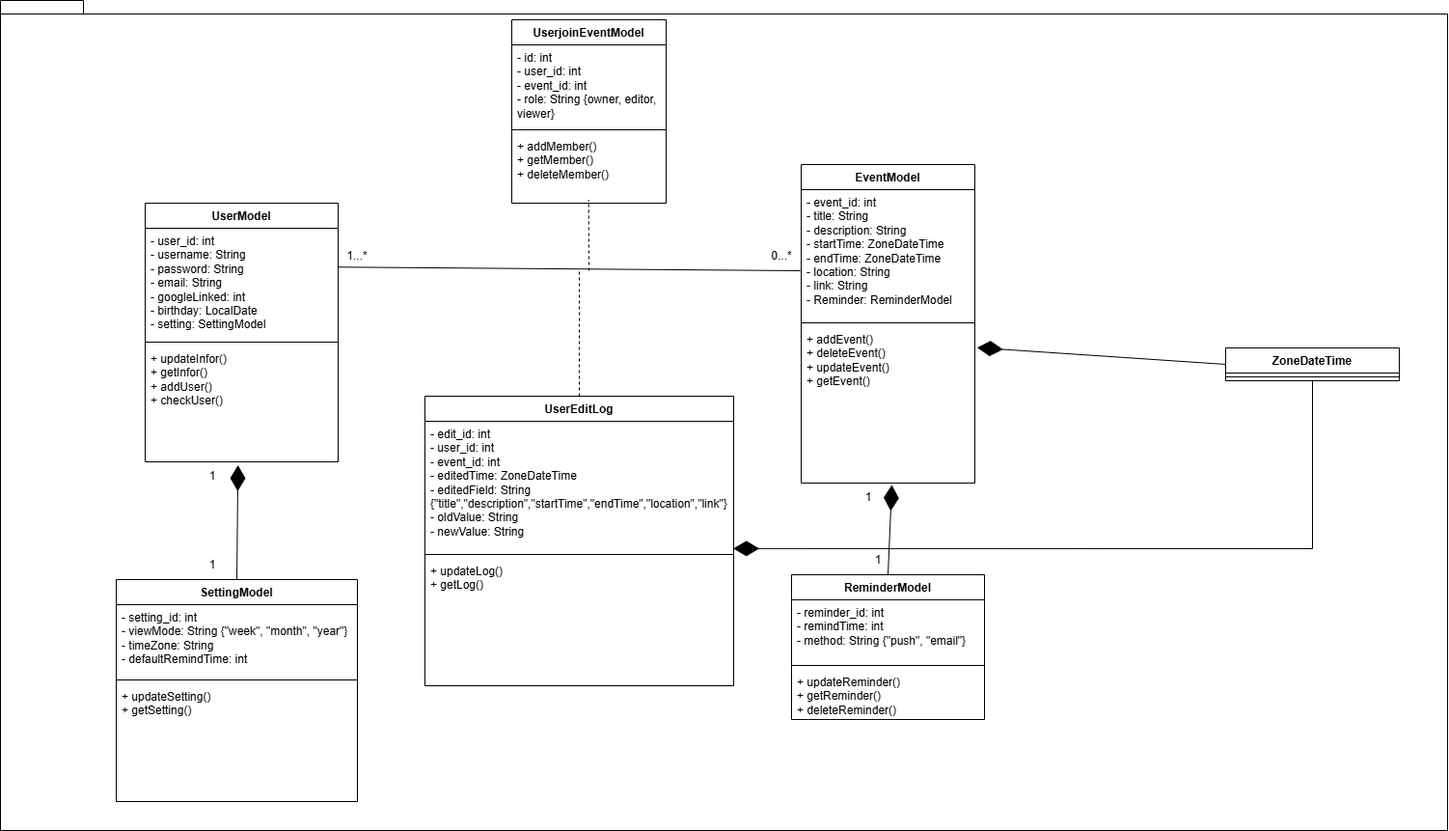
Above: Class diagram/Model/model.drawio.png in brown2004/PTTKHT-project (draw.io), before the change. Source tidied: cells renumbered, new cells last; positions are measured from the earlier drawing's top-left corner, leaving out a move shared by most shapes.
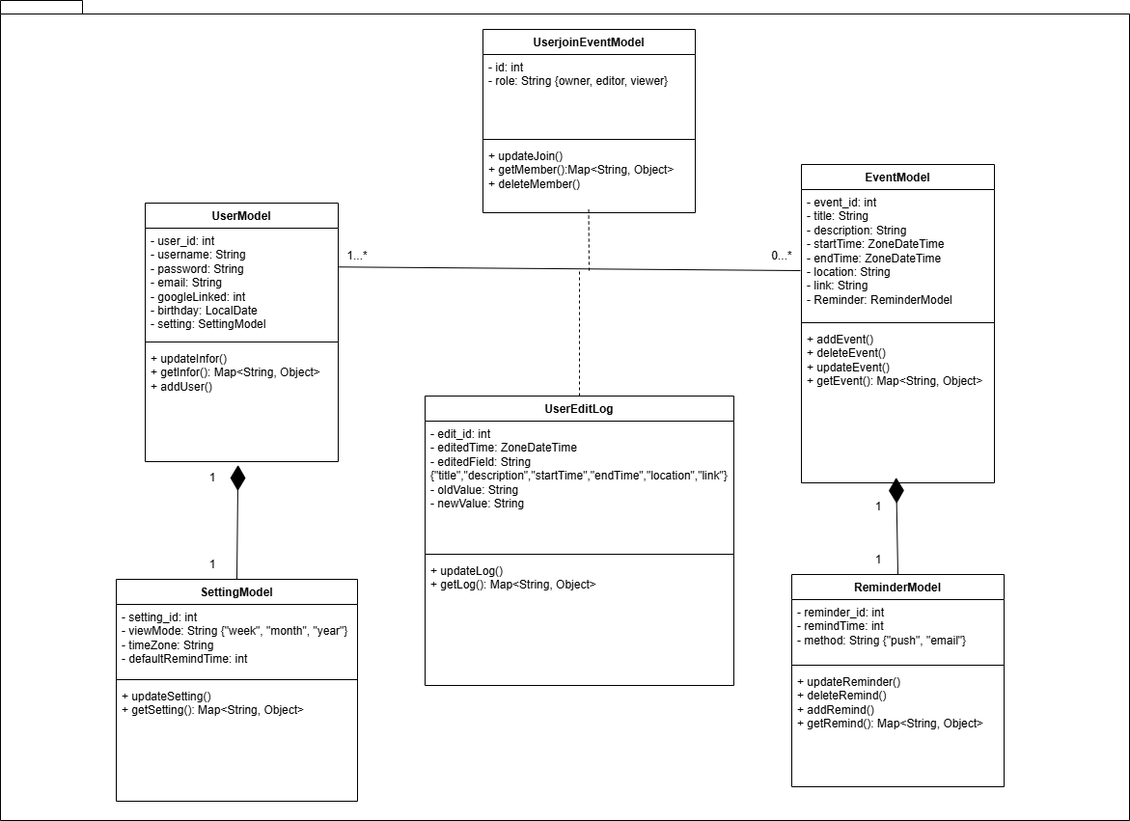
Later version of the same file.

The edit, as a diff of the source:
```diff
@@ -3,7 +3,7 @@
     <mxCell id="0" />
     <mxCell id="1" parent="0" />
     <mxCell id="2" style="shape=folder;fontStyle=1;spacingTop=10;tabWidth=40;tabHeight=14;tabPosition=left;html=1;whiteSpace=wrap;" parent="1" vertex="1">
-      <mxGeometry width="1500" height="860" as="geometry" />
+      <mxGeometry width="1170" height="850" as="geometry" />
     </mxCell>
     <mxCell id="3" value="UserModel" style="swimlane;fontStyle=1;align=center;verticalAlign=top;horizontal=1;startSize=26;whiteSpace=wrap;html=1;" parent="1" vertex="1">
       <mxGeometry x="150" y="210" width="200" height="268" as="geometry" />
@@ -14,7 +14,7 @@
     <mxCell id="5" style="line;strokeWidth=1;fillColor=none;align=left;verticalAlign=middle;spacingTop=-1;spacingLeft=3;spacingRight=3;labelPosition=right;strokeColor=inherit;" parent="3" vertex="1">
       <mxGeometry y="140" width="200" height="8" as="geometry" />
     </mxCell>
-    <mxCell id="6" value="+ updateInfor()&lt;div&gt;+ getInfor()&lt;/div&gt;&lt;div&gt;+ addUser()&lt;/div&gt;&lt;div&gt;+ checkUser()&lt;/div&gt;&lt;div&gt;&lt;br&gt;&lt;div&gt;&lt;br&gt;&lt;/div&gt;&lt;div&gt;&lt;br&gt;&lt;/div&gt;&lt;div&gt;&lt;br&gt;&lt;/div&gt;&lt;/div&gt;" style="text;strokeColor=none;fillColor=none;align=left;verticalAlign=top;spacingLeft=4;spacingRight=4;overflow=hidden;points=[[0,0.5],[1,0.5]];portConstraint=eastwest;whiteSpace=wrap;html=1;" parent="3" vertex="1">
+    <mxCell id="6" value="+ updateInfor()&lt;div&gt;+ getInfor(): Map&amp;lt;String, Object&amp;gt;&lt;/div&gt;&lt;div&gt;+ addUser()&lt;/div&gt;&lt;div&gt;&lt;br&gt;&lt;div&gt;&lt;br&gt;&lt;/div&gt;&lt;div&gt;&lt;br&gt;&lt;/div&gt;&lt;div&gt;&lt;br&gt;&lt;/div&gt;&lt;/div&gt;" style="text;strokeColor=none;fillColor=none;align=left;verticalAlign=top;spacingLeft=4;spacingRight=4;overflow=hidden;points=[[0,0.5],[1,0.5]];portConstraint=eastwest;whiteSpace=wrap;html=1;" parent="3" vertex="1">
       <mxGeometry y="148" width="200" height="120" as="geometry" />
     </mxCell>
     <mxCell id="7" value="SettingModel" style="swimlane;fontStyle=1;align=center;verticalAlign=top;horizontal=1;startSize=26;whiteSpace=wrap;html=1;" parent="1" vertex="1">
@@ -26,67 +26,67 @@
     <mxCell id="9" style="line;strokeWidth=1;fillColor=none;align=left;verticalAlign=middle;spacingTop=-1;spacingLeft=3;spacingRight=3;labelPosition=right;strokeColor=inherit;" parent="7" vertex="1">
       <mxGeometry y="100" width="250" height="8" as="geometry" />
     </mxCell>
-    <mxCell id="10" value="+ updateSetting()&lt;div&gt;+ getSetting()&lt;/div&gt;" style="text;strokeColor=none;fillColor=none;align=left;verticalAlign=top;spacingLeft=4;spacingRight=4;overflow=hidden;whiteSpace=wrap;html=1;" parent="7" vertex="1">
+    <mxCell id="10" value="+ updateSetting()&lt;div&gt;+ getSetting():&amp;nbsp;&lt;span style=&quot;background-color: transparent; color: light-dark(rgb(0, 0, 0), rgb(255, 255, 255));&quot;&gt;Map&amp;lt;String, Object&amp;gt;&lt;/span&gt;&lt;/div&gt;&lt;div&gt;&lt;br&gt;&lt;/div&gt;" style="text;strokeColor=none;fillColor=none;align=left;verticalAlign=top;spacingLeft=4;spacingRight=4;overflow=hidden;whiteSpace=wrap;html=1;" parent="7" vertex="1">
       <mxGeometry y="108" width="250" height="122" as="geometry" />
     </mxCell>
     <mxCell id="11" value="EventModel" style="swimlane;fontStyle=1;align=center;verticalAlign=top;horizontal=1;startSize=26;whiteSpace=wrap;html=1;" parent="1" vertex="1">
-      <mxGeometry x="830" y="170" width="180" height="330" as="geometry" />
+      <mxGeometry x="830" y="170" width="200" height="330" as="geometry" />
     </mxCell>
     <mxCell id="12" value="- event_id: int&lt;div&gt;- title: String&lt;/div&gt;&lt;div&gt;- description: String&lt;/div&gt;&lt;div&gt;- startTime: ZoneDateTime&lt;/div&gt;&lt;div&gt;- endTime: ZoneDateTime&lt;/div&gt;&lt;div&gt;- location: String&lt;/div&gt;&lt;div&gt;- link: String&lt;/div&gt;&lt;div&gt;- Reminder: ReminderModel&lt;/div&gt;" style="text;strokeColor=none;fillColor=none;align=left;verticalAlign=top;spacingLeft=4;spacingRight=4;overflow=hidden;whiteSpace=wrap;html=1;" parent="11" vertex="1">
-      <mxGeometry y="26" width="180" height="134" as="geometry" />
+      <mxGeometry y="26" width="200" height="134" as="geometry" />
     </mxCell>
     <mxCell id="13" style="line;strokeWidth=1;fillColor=none;align=left;verticalAlign=middle;spacingTop=-1;spacingLeft=3;spacingRight=3;labelPosition=right;strokeColor=inherit;" parent="11" vertex="1">
-      <mxGeometry y="160" width="180" height="8" as="geometry" />
+      <mxGeometry y="160" width="200" height="8" as="geometry" />
     </mxCell>
-    <mxCell id="14" value="&lt;div&gt;+ addEvent()&lt;/div&gt;&lt;div&gt;+ deleteEvent()&lt;/div&gt;&lt;div&gt;+ updateEvent()&lt;/div&gt;&lt;div&gt;+ getEvent()&lt;/div&gt;" style="text;strokeColor=none;fillColor=none;align=left;verticalAlign=top;spacingLeft=4;spacingRight=4;overflow=hidden;points=[[0,0.5],[1,0.5]];portConstraint=eastwest;whiteSpace=wrap;html=1;" parent="11" vertex="1">
-      <mxGeometry y="168" width="180" height="162" as="geometry" />
+    <mxCell id="14" value="&lt;div&gt;+ addEvent()&lt;/div&gt;&lt;div&gt;+ deleteEvent()&lt;/div&gt;&lt;div&gt;+ updateEvent()&lt;/div&gt;&lt;div&gt;+ getEvent():&amp;nbsp;&lt;span style=&quot;background-color: transparent; color: light-dark(rgb(0, 0, 0), rgb(255, 255, 255));&quot;&gt;Map&amp;lt;String, Object&amp;gt;&lt;/span&gt;&lt;/div&gt;" style="text;strokeColor=none;fillColor=none;align=left;verticalAlign=top;spacingLeft=4;spacingRight=4;overflow=hidden;points=[[0,0.5],[1,0.5]];portConstraint=eastwest;whiteSpace=wrap;html=1;" parent="11" vertex="1">
+      <mxGeometry y="168" width="200" height="162" as="geometry" />
     </mxCell>
     <mxCell id="15" value="ReminderModel" style="swimlane;fontStyle=1;align=center;verticalAlign=top;horizontal=1;startSize=26;whiteSpace=wrap;html=1;" parent="1" vertex="1">
-      <mxGeometry x="820" y="595" width="200" height="150" as="geometry" />
+      <mxGeometry x="820" y="595" width="220" height="220" as="geometry" />
     </mxCell>
-    <mxCell id="16" value="- reminder_id: int&lt;div&gt;- remindTime: int&lt;/div&gt;&lt;div&gt;- method: String {&quot;push&quot;, &quot;email&quot;}&lt;/div&gt;&lt;div&gt;&lt;br&gt;&lt;/div&gt;" style="text;strokeColor=none;fillColor=none;align=left;verticalAlign=top;spacingLeft=4;spacingRight=4;overflow=hidden;whiteSpace=wrap;html=1;" parent="15" vertex="1">
-      <mxGeometry y="26" width="200" height="64" as="geometry" />
+    <mxCell id="16" value="- reminder_id: int&lt;div&gt;- remindTime: int&lt;/div&gt;&lt;div&gt;- method: String {&quot;push&quot;, &quot;email&quot;}&lt;/div&gt;&lt;div&gt;&lt;br&gt;&lt;/div&gt;&lt;div&gt;&lt;br&gt;&lt;/div&gt;" style="text;strokeColor=none;fillColor=none;align=left;verticalAlign=top;spacingLeft=4;spacingRight=4;overflow=hidden;whiteSpace=wrap;html=1;" parent="15" vertex="1">
+      <mxGeometry y="26" width="220" height="64" as="geometry" />
     </mxCell>
     <mxCell id="17" style="line;strokeWidth=1;fillColor=none;align=left;verticalAlign=middle;spacingTop=-1;spacingLeft=3;spacingRight=3;labelPosition=right;strokeColor=inherit;" parent="15" vertex="1">
-      <mxGeometry y="90" width="200" height="8" as="geometry" />
+      <mxGeometry y="90" width="220" height="8" as="geometry" />
     </mxCell>
-    <mxCell id="18" value="+ updateReminder()&lt;div&gt;+ getReminder()&lt;/div&gt;&lt;div&gt;+ deleteReminder()&lt;/div&gt;" style="text;strokeColor=none;fillColor=none;align=left;verticalAlign=top;spacingLeft=4;spacingRight=4;overflow=hidden;whiteSpace=wrap;html=1;" parent="15" vertex="1">
-      <mxGeometry y="98" width="200" height="52" as="geometry" />
+    <mxCell id="18" value="+ updateReminder()&lt;div&gt;+ deleteRemind()&lt;/div&gt;&lt;div&gt;+ addRemind()&lt;/div&gt;&lt;div&gt;+ getRemind():&amp;nbsp;&lt;span style=&quot;background-color: transparent; color: light-dark(rgb(0, 0, 0), rgb(255, 255, 255));&quot;&gt;Map&amp;lt;String, Object&amp;gt;&lt;/span&gt;&lt;/div&gt;" style="text;strokeColor=none;fillColor=none;align=left;verticalAlign=top;spacingLeft=4;spacingRight=4;overflow=hidden;whiteSpace=wrap;html=1;" parent="15" vertex="1">
+      <mxGeometry y="98" width="220" height="122" as="geometry" />
     </mxCell>
     <mxCell id="19" value="UserjoinEventModel" style="swimlane;fontStyle=1;align=center;verticalAlign=top;horizontal=1;startSize=26;whiteSpace=wrap;html=1;" parent="1" vertex="1">
-      <mxGeometry x="530" y="20" width="160" height="190" as="geometry" />
+      <mxGeometry x="500" y="30" width="220" height="190" as="geometry" />
     </mxCell>
-    <mxCell id="20" value="&lt;div&gt;- id: int&lt;/div&gt;&lt;div&gt;- user_id: int&lt;/div&gt;&lt;div&gt;- event_id: int&lt;/div&gt;&lt;div&gt;- role: String {owner, editor, viewer}&lt;/div&gt;" style="text;strokeColor=none;fillColor=none;align=left;verticalAlign=top;spacingLeft=4;spacingRight=4;overflow=hidden;whiteSpace=wrap;html=1;" parent="19" vertex="1">
-      <mxGeometry y="26" width="160" height="84" as="geometry" />
+    <mxCell id="20" value="&lt;div&gt;- id: int&lt;/div&gt;&lt;div&gt;- role: String {owner, editor, viewer}&lt;/div&gt;" style="text;strokeColor=none;fillColor=none;align=left;verticalAlign=top;spacingLeft=4;spacingRight=4;overflow=hidden;whiteSpace=wrap;html=1;" parent="19" vertex="1">
+      <mxGeometry y="26" width="220" height="84" as="geometry" />
     </mxCell>
     <mxCell id="21" style="line;strokeWidth=1;fillColor=none;align=left;verticalAlign=middle;spacingTop=-1;spacingLeft=3;spacingRight=3;labelPosition=right;strokeColor=inherit;" parent="19" vertex="1">
-      <mxGeometry y="110" width="160" height="8" as="geometry" />
+      <mxGeometry y="110" width="220" height="8" as="geometry" />
     </mxCell>
-    <mxCell id="22" value="+ addMember()&lt;div&gt;+ getMember()&lt;/div&gt;&lt;div&gt;+ deleteMember()&lt;/div&gt;&lt;div&gt;&lt;br&gt;&lt;/div&gt;" style="text;strokeColor=none;fillColor=none;align=left;verticalAlign=top;spacingLeft=4;spacingRight=4;overflow=hidden;points=[[0,0.5],[1,0.5]];portConstraint=eastwest;whiteSpace=wrap;html=1;" parent="19" vertex="1">
-      <mxGeometry y="118" width="160" height="72" as="geometry" />
+    <mxCell id="22" value="+ updateJoin()&lt;div&gt;+ getMember():&lt;span style=&quot;background-color: transparent; color: light-dark(rgb(0, 0, 0), rgb(255, 255, 255));&quot;&gt;Map&amp;lt;String, Object&amp;gt;&lt;/span&gt;&lt;/div&gt;&lt;div&gt;+ deleteMember()&lt;/div&gt;&lt;div&gt;&lt;br&gt;&lt;/div&gt;" style="text;strokeColor=none;fillColor=none;align=left;verticalAlign=top;spacingLeft=4;spacingRight=4;overflow=hidden;points=[[0,0.5],[1,0.5]];portConstraint=eastwest;whiteSpace=wrap;html=1;" parent="19" vertex="1">
+      <mxGeometry y="118" width="220" height="72" as="geometry" />
     </mxCell>
     <mxCell id="23" value="UserEditLog" style="swimlane;fontStyle=1;align=center;verticalAlign=top;horizontal=1;startSize=26;whiteSpace=wrap;html=1;" parent="1" vertex="1">
       <mxGeometry x="440" y="410" width="320" height="300" as="geometry" />
     </mxCell>
-    <mxCell id="24" value="&lt;div&gt;- edit_id: int&lt;/div&gt;&lt;div&gt;- user_id: int&lt;/div&gt;&lt;div&gt;- event_id: int&lt;/div&gt;&lt;div&gt;- editedTime: ZoneDateTime&lt;/div&gt;&lt;div&gt;- editedField: String {&quot;title&quot;,&quot;description&quot;,&quot;startTime&quot;,&quot;endTime&quot;,&quot;location&quot;,&quot;link&quot;}&lt;/div&gt;&lt;div&gt;- oldValue: String&lt;/div&gt;&lt;div&gt;- newValue: String&lt;/div&gt;" style="text;strokeColor=none;fillColor=none;align=left;verticalAlign=top;spacingLeft=4;spacingRight=4;overflow=hidden;points=[[0,0.5],[1,0.5]];portConstraint=eastwest;whiteSpace=wrap;html=1;" parent="23" vertex="1">
+    <mxCell id="24" value="&lt;div&gt;- edit_id: int&lt;/div&gt;&lt;div&gt;- editedTime: ZoneDateTime&lt;/div&gt;&lt;div&gt;- editedField: String {&quot;title&quot;,&quot;description&quot;,&quot;startTime&quot;,&quot;endTime&quot;,&quot;location&quot;,&quot;link&quot;}&lt;/div&gt;&lt;div&gt;- oldValue: String&lt;/div&gt;&lt;div&gt;- newValue: String&lt;/div&gt;" style="text;strokeColor=none;fillColor=none;align=left;verticalAlign=top;spacingLeft=4;spacingRight=4;overflow=hidden;points=[[0,0.5],[1,0.5]];portConstraint=eastwest;whiteSpace=wrap;html=1;" parent="23" vertex="1">
       <mxGeometry y="26" width="320" height="134" as="geometry" />
     </mxCell>
     <mxCell id="25" style="line;strokeWidth=1;fillColor=none;align=left;verticalAlign=middle;spacingTop=-1;spacingLeft=3;spacingRight=3;labelPosition=right;strokeColor=inherit;" parent="23" vertex="1">
       <mxGeometry y="160" width="320" height="8" as="geometry" />
     </mxCell>
-    <mxCell id="26" value="+ updateLog()&lt;div&gt;+ getLog()&lt;/div&gt;&lt;div&gt;&lt;br&gt;&lt;/div&gt;" style="text;strokeColor=none;fillColor=none;align=left;verticalAlign=top;spacingLeft=4;spacingRight=4;overflow=hidden;whiteSpace=wrap;html=1;" parent="23" vertex="1">
+    <mxCell id="26" value="+ updateLog()&lt;div&gt;+ getLog():&amp;nbsp;&lt;span style=&quot;background-color: transparent; color: light-dark(rgb(0, 0, 0), rgb(255, 255, 255));&quot;&gt;Map&amp;lt;String, Object&amp;gt;&lt;/span&gt;&lt;/div&gt;&lt;div&gt;&lt;br&gt;&lt;/div&gt;" style="text;strokeColor=none;fillColor=none;align=left;verticalAlign=top;spacingLeft=4;spacingRight=4;overflow=hidden;whiteSpace=wrap;html=1;" parent="23" vertex="1">
       <mxGeometry y="168" width="320" height="132" as="geometry" />
     </mxCell>
     <mxCell id="27" style="endArrow=diamondThin;endFill=1;endSize=24;html=1;rounded=0;exitX=0.5;exitY=0;exitDx=0;exitDy=0;entryX=0.481;entryY=1.029;entryDx=0;entryDy=0;entryPerimeter=0;" parent="1" edge="1" source="7" target="6">
       <mxGeometry relative="1" as="geometry" />
     </mxCell>
     <mxCell id="28" value="1" style="text;html=1;align=center;verticalAlign=middle;whiteSpace=wrap;rounded=0;" parent="1" vertex="1">
-      <mxGeometry x="190" y="478" width="60" height="30" as="geometry" />
+      <mxGeometry x="190" y="480" width="60" height="30" as="geometry" />
     </mxCell>
     <mxCell id="29" value="1" style="text;html=1;align=center;verticalAlign=middle;whiteSpace=wrap;rounded=0;" parent="1" vertex="1">
       <mxGeometry x="190" y="570" width="60" height="30" as="geometry" />
     </mxCell>
-    <mxCell id="30" style="endArrow=diamondThin;endFill=1;endSize=24;html=1;rounded=0;exitX=0.5;exitY=0;exitDx=0;exitDy=0;entryX=0.522;entryY=1.012;entryDx=0;entryDy=0;entryPerimeter=0;" parent="1" edge="1" source="15" target="14">
+    <mxCell id="30" style="endArrow=diamondThin;endFill=1;endSize=24;html=1;rounded=0;exitX=0.5;exitY=0;exitDx=0;exitDy=0;entryX=0.491;entryY=0.966;entryDx=0;entryDy=0;entryPerimeter=0;" parent="1" edge="1" source="15" target="14">
       <mxGeometry relative="1" as="geometry" />
     </mxCell>
     <mxCell id="31" value="1" style="text;html=1;align=center;verticalAlign=middle;whiteSpace=wrap;rounded=0;" parent="1" vertex="1">
@@ -115,23 +115,7 @@
       </mxGeometry>
     </mxCell>
     <mxCell id="37" value="1" style="text;html=1;align=center;verticalAlign=middle;whiteSpace=wrap;rounded=0;" parent="1" vertex="1">
-      <mxGeometry x="870" y="500" width="60" height="30" as="geometry" />
+      <mxGeometry x="880" y="510" width="60" height="30" as="geometry" />
     </mxCell>
-    <mxCell id="38" value="ZoneDateTime" style="swimlane;fontStyle=1;align=center;verticalAlign=top;horizontal=1;startSize=26;whiteSpace=wrap;html=1;" parent="1" vertex="1">
-      <mxGeometry x="1270" y="360" width="180" height="34" as="geometry" />
-    </mxCell>
-    <mxCell id="39" style="line;strokeWidth=1;fillColor=none;align=left;verticalAlign=middle;spacingTop=-1;spacingLeft=3;spacingRight=3;labelPosition=right;strokeColor=inherit;" parent="38" vertex="1">
-      <mxGeometry y="26" width="180" height="8" as="geometry" />
-    </mxCell>
-    <mxCell id="40" style="endArrow=diamondThin;endFill=1;endSize=24;html=1;rounded=0;entryX=1.013;entryY=0.134;entryDx=0;entryDy=0;entryPerimeter=0;exitX=0;exitY=0.5;exitDx=0;exitDy=0;" parent="1" edge="1" source="38" target="14">
-      <mxGeometry relative="1" as="geometry" />
-    </mxCell>
-    <mxCell id="41" style="endArrow=diamondThin;endFill=1;endSize=24;html=1;rounded=0;exitX=0.5;exitY=1;exitDx=0;exitDy=0;entryX=0.999;entryY=0.984;entryDx=0;entryDy=0;entryPerimeter=0;" parent="1" edge="1" source="38" target="24">
-      <mxGeometry relative="1" as="geometry">
-        <Array as="points">
-          <mxPoint x="1360" y="568" />
-        </Array>
-      </mxGeometry>
-    </mxCell>
   </root>
 </mxGraphModel>
```
